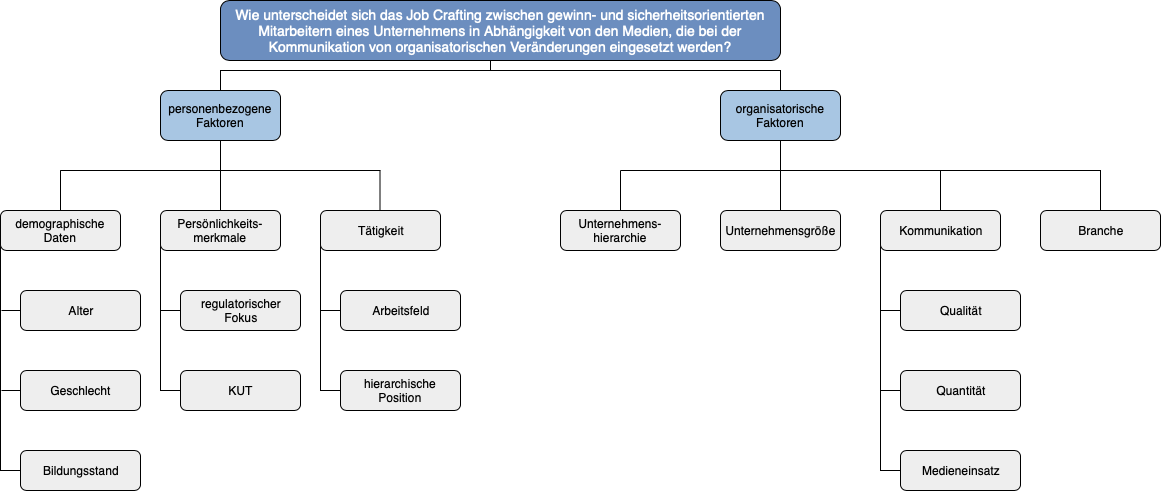
This is images/Faktorenraum Job Crafting.png from JessicaS2512/JobCraftingWS1920, a draw.io export, as it was before one commit. Source tidied: cells renumbered, new cells last; positions are measured from the earlier drawing's top-left corner, leaving out a move shared by most shapes.
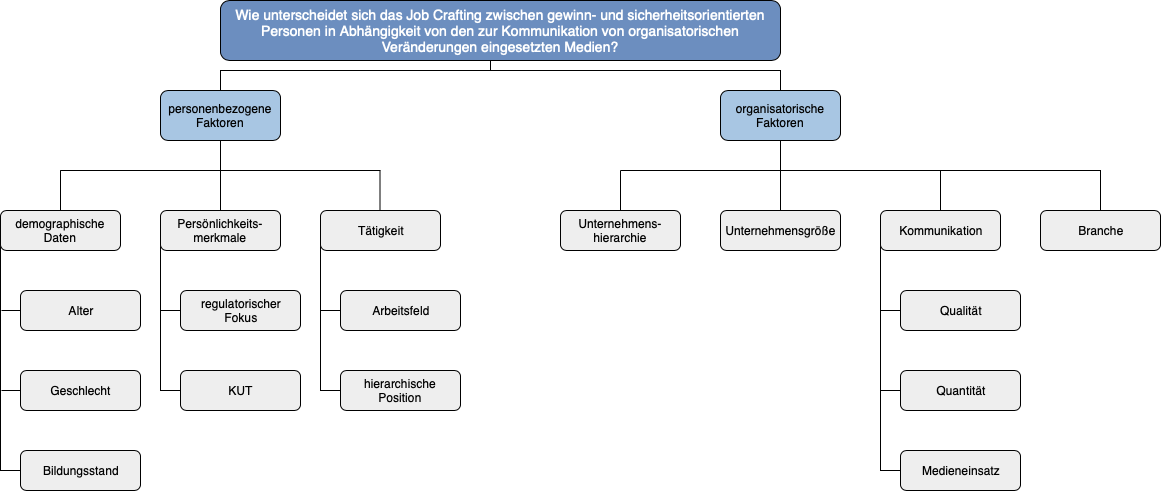
Later version of the same file.

Commit message:
Bild geändert

Diff of the diagram source:
```diff
@@ -18,7 +18,7 @@
         </Array>
       </mxGeometry>
     </mxCell>
-    <mxCell id="4" value="&lt;font style=&quot;font-size: 14px&quot;&gt;Wie unterscheidet sich das Job Crafting zwischen gewinn- und sicherheitsorientierten Mitarbeitern eines Unternehmens in Abhängigkeit von den Medien, die bei der Kommunikation von organisatorischen Veränderungen eingesetzt werden?&lt;/font&gt;" style="rounded=1;whiteSpace=wrap;html=1;shadow=0;fillColor=#6C8EBF;strokeColor=#000000;fontColor=#FFFFFF;" parent="1" vertex="1">
+    <mxCell id="4" value="&lt;font style=&quot;font-size: 14px&quot;&gt;Wie unterscheidet sich das Job Crafting zwischen gewinn- und sicherheitsorientierten Personen in Abhängigkeit von den zur Kommunikation von organisatorischen Veränderungen eingesetzten Medien?&lt;/font&gt;" style="rounded=1;whiteSpace=wrap;html=1;shadow=0;fillColor=#6C8EBF;strokeColor=#000000;fontColor=#FFFFFF;" parent="1" vertex="1">
       <mxGeometry x="220" width="560" height="60" as="geometry" />
     </mxCell>
     <mxCell id="5" style="edgeStyle=orthogonalEdgeStyle;rounded=0;jettySize=auto;html=1;strokeColor=#000000;endArrow=none;endFill=0;" parent="1" edge="1" source="6" target="16">
```
